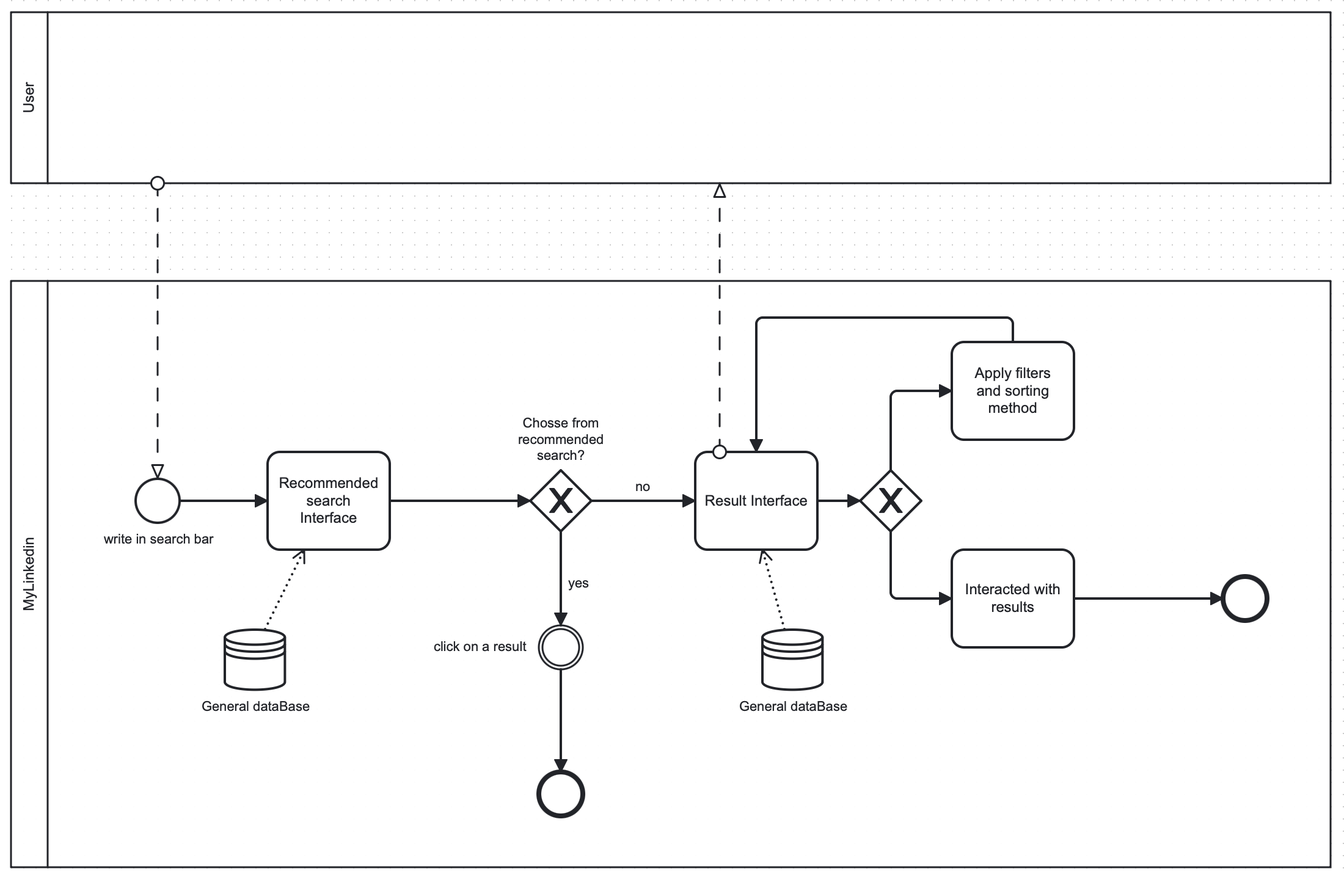
The BPMN diagram BPMNs/OtherFunctionalities/search.png in navez03/MyLinkedIn, before a commit. Its source is kept beside it as BPMNs/OtherFunctionalities/Search.bpmn. Ids are renumbered.
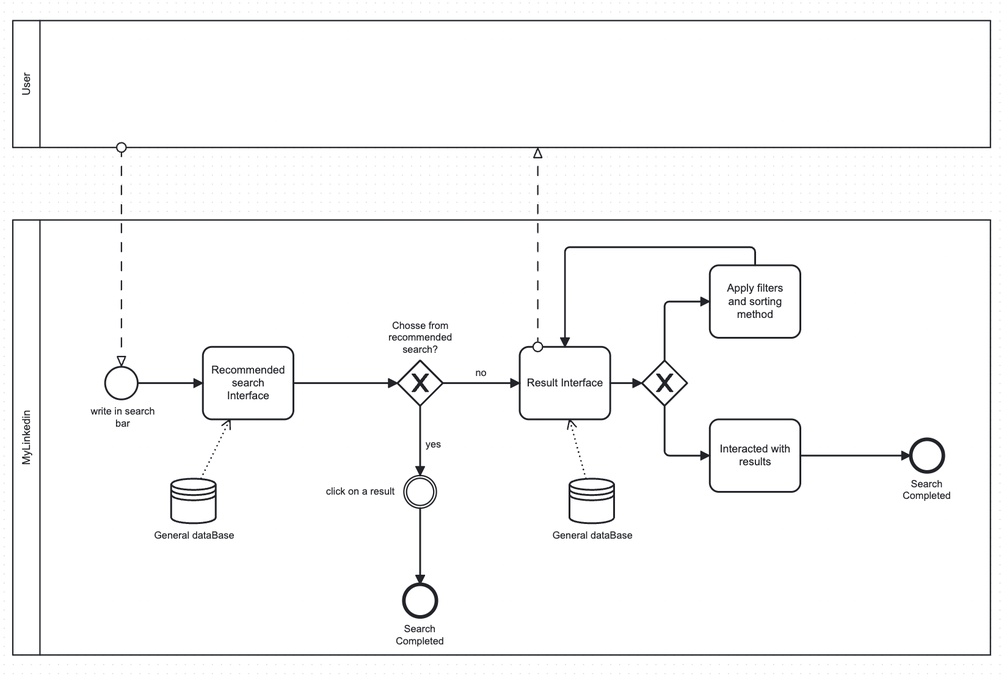
After the change.

Diff of the diagram source:
```diff
@@ -39,7 +39,7 @@
       <incoming>Flow_n22</incoming>
       <outgoing>Flow_n24</outgoing>
     </task>
-    <endEvent id="Event_n25">
+    <endEvent id="Event_n25" name="Search Completed">
       <incoming>Flow_n24</incoming>
     </endEvent>
     <intermediateThrowEvent id="Event_n26" name="click on a result">
@@ -55,7 +55,7 @@
         <targetRef>Property_n29</targetRef>
       </dataInputAssociation>
     </task>
-    <endEvent id="Event_n32">
+    <endEvent id="Event_n32" name="Search Completed">
       <incoming>Flow_n27</incoming>
     </endEvent>
     <dataStoreReference id="DataStoreReference_n31" name="General dataBase" />
@@ -115,6 +115,9 @@
       </bpmndi:BPMNShape>
       <bpmndi:BPMNShape id="Event_n25_di" bpmnElement="Event_n25">
         <omgdc:Bounds x="1152" y="542" width="36" height="36" />
+        <bpmndi:BPMNLabel>
+          <omgdc:Bounds x="1143" y="585" width="54" height="27" />
+        </bpmndi:BPMNLabel>
       </bpmndi:BPMNShape>
       <bpmndi:BPMNShape id="Event_n26_di" bpmnElement="Event_n26">
         <omgdc:Bounds x="592" y="582" width="36" height="36" />
@@ -128,6 +131,9 @@
       </bpmndi:BPMNShape>
       <bpmndi:BPMNShape id="Event_n32_di" bpmnElement="Event_n32">
         <omgdc:Bounds x="592" y="702" width="36" height="36" />
+        <bpmndi:BPMNLabel>
+          <omgdc:Bounds x="583" y="745" width="54" height="27" />
+        </bpmndi:BPMNLabel>
       </bpmndi:BPMNShape>
       <bpmndi:BPMNShape id="DataStoreReference_n31_di" bpmnElement="DataStoreReference_n31">
         <omgdc:Bounds x="335" y="585" width="50" height="50" />
@@ -135,6 +141,14 @@
           <omgdc:Bounds x="316" y="642" width="89" height="14" />
         </bpmndi:BPMNLabel>
       </bpmndi:BPMNShape>
+      <bpmndi:BPMNEdge id="Flow_n9_di" bpmnElement="Flow_n9">
+        <omgdi:waypoint x="298" y="480" />
+        <omgdi:waypoint x="370" y="480" />
+      </bpmndi:BPMNEdge>
+      <bpmndi:BPMNEdge id="Flow_n11_di" bpmnElement="Flow_n11">
+        <omgdi:waypoint x="470" y="480" />
+        <omgdi:waypoint x="585" y="480" />
+      </bpmndi:BPMNEdge>
       <bpmndi:BPMNEdge id="Flow_n12_di" bpmnElement="Flow_n12">
         <omgdi:waypoint x="635" y="480" />
         <omgdi:waypoint x="720" y="480" />
@@ -173,21 +187,9 @@
         <omgdi:waypoint x="1030" y="560" />
         <omgdi:waypoint x="1152" y="560" />
       </bpmndi:BPMNEdge>
-      <bpmndi:BPMNEdge id="Flow_n9_di" bpmnElement="Flow_n9">
-        <omgdi:waypoint x="298" y="480" />
-        <omgdi:waypoint x="370" y="480" />
-      </bpmndi:BPMNEdge>
-      <bpmndi:BPMNEdge id="Flow_n11_di" bpmnElement="Flow_n11">
-        <omgdi:waypoint x="470" y="480" />
-        <omgdi:waypoint x="585" y="480" />
-      </bpmndi:BPMNEdge>
       <bpmndi:BPMNEdge id="Flow_n27_di" bpmnElement="Flow_n27">
         <omgdi:waypoint x="610" y="618" />
         <omgdi:waypoint x="610" y="702" />
-      </bpmndi:BPMNEdge>
-      <bpmndi:BPMNEdge id="Flow_n5_di" bpmnElement="Flow_n5">
-        <omgdi:waypoint x="280" y="220" />
-        <omgdi:waypoint x="280" y="462" />
       </bpmndi:BPMNEdge>
       <bpmndi:BPMNEdge id="DataInputAssociation_n17_di" bpmnElement="DataInputAssociation_n17">
         <omgdi:waypoint x="793" y="585" />
@@ -197,6 +199,10 @@
         <omgdi:waypoint x="368" y="585" />
         <omgdi:waypoint x="400" y="520" />
       </bpmndi:BPMNEdge>
+      <bpmndi:BPMNEdge id="Flow_n5_di" bpmnElement="Flow_n5">
+        <omgdi:waypoint x="280" y="220" />
+        <omgdi:waypoint x="280" y="462" />
+      </bpmndi:BPMNEdge>
       <bpmndi:BPMNEdge id="Flow_n7_di" bpmnElement="Flow_n7">
         <omgdi:waypoint x="740" y="440" />
         <omgdi:waypoint x="740" y="220" />
```
